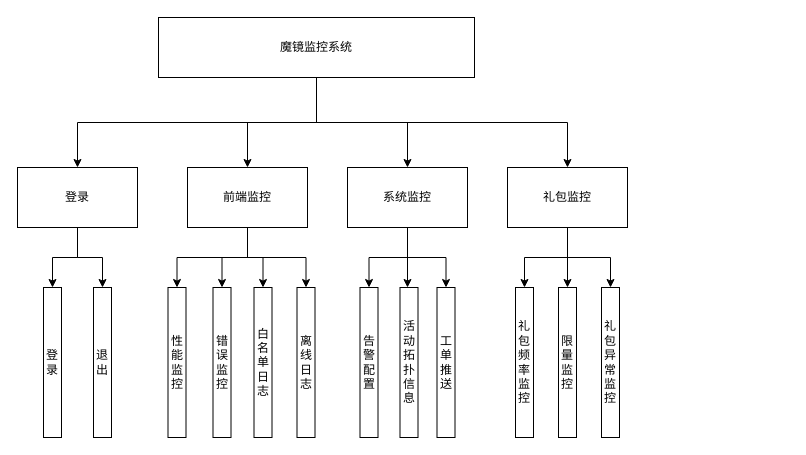
The draw.io diagram 系统架构设计.drawio in FelixTt/repositoryForDraw.io, before the edit. Source tidied: cells renumbered, new cells numbered last; positions are measured from the earlier drawing's top-left corner, leaving out a move shared by most shapes. Both pictures are drawn from the tidied source at 100%, with x=0, y=0 at pixel (17, 17).
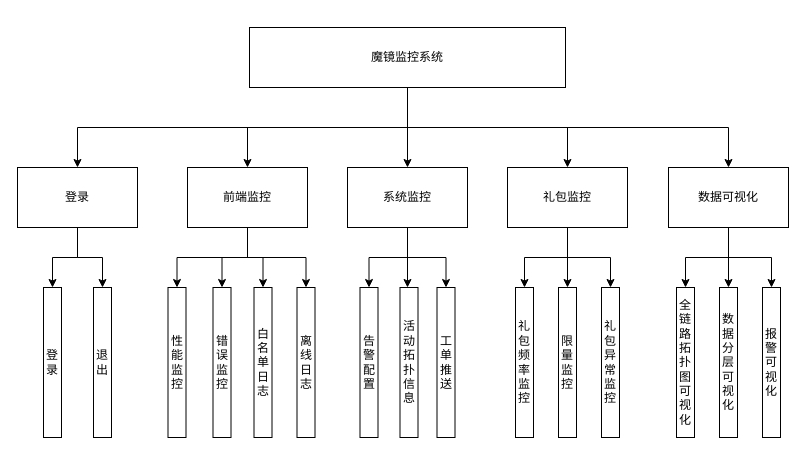
The same page after the edit.

Commit message:
Update 系统架构设计.drawio

The edit, as a diff of the source:
```diff
@@
     <mxCell id="2" value="魔镜监控系统" style="rounded=0;whiteSpace=wrap;html=1;" parent="1" vertex="1">
-      <mxGeometry x="141" width="316" height="60" as="geometry" />
+      <mxGeometry x="232" y="10" width="316" height="60" as="geometry" />
     </mxCell>
@@
+    <mxCell id="35" value="数据可视化" style="rounded=0;whiteSpace=wrap;html=1;" parent="1" vertex="1">
+      <mxGeometry x="651" y="150" width="120" height="60" as="geometry" />
+    </mxCell>
+    <mxCell id="36" style="edgeStyle=elbowEdgeStyle;elbow=vertical;endArrow=classic;html=1;rounded=0;" parent="1" edge="1" source="2" target="35">
+      <mxGeometry relative="1" as="geometry" />
+    </mxCell>
+    <mxCell id="37" value="&lt;div style=&quot;font-size: 12px;&quot;&gt;报警可视化&lt;/div&gt;" style="rounded=0;whiteSpace=wrap;html=1;verticalAlign=middle;horizontal=1;textDirection=rtl;align=center;fontSize=12;labelBackgroundColor=none;labelBorderColor=none;shadow=0;fontFamily=Helvetica;labelPosition=center;verticalLabelPosition=middle;" parent="1" vertex="1">
+      <mxGeometry x="745" y="270" width="18" height="150" as="geometry" />
+    </mxCell>
+    <mxCell id="38" value="&lt;div style=&quot;font-size: 12px;&quot;&gt;全链路拓扑图可视化&lt;br style=&quot;font-size: 12px;&quot;&gt;&lt;/div&gt;" style="rounded=0;whiteSpace=wrap;html=1;verticalAlign=middle;horizontal=1;textDirection=rtl;align=center;fontSize=12;labelBackgroundColor=none;labelBorderColor=none;shadow=0;fontFamily=Helvetica;labelPosition=center;verticalLabelPosition=middle;" parent="1" vertex="1">
+      <mxGeometry x="659" y="270" width="18" height="150" as="geometry" />
+    </mxCell>
+    <mxCell id="39" value="&lt;div style=&quot;font-size: 12px;&quot;&gt;&lt;span style=&quot;font-size: 12px;&quot;&gt;数据分层可视化&lt;/span&gt;&lt;br style=&quot;font-size: 12px;&quot;&gt;&lt;/div&gt;" style="rounded=0;whiteSpace=wrap;html=1;verticalAlign=middle;horizontal=1;textDirection=rtl;align=center;fontSize=12;labelBackgroundColor=none;labelBorderColor=none;shadow=0;fontFamily=Helvetica;labelPosition=center;verticalLabelPosition=middle;" parent="1" vertex="1">
+      <mxGeometry x="702" y="270" width="18" height="150" as="geometry" />
+    </mxCell>
+    <mxCell id="40" style="edgeStyle=elbowEdgeStyle;elbow=vertical;endArrow=classic;html=1;rounded=0;" parent="1" edge="1" source="35" target="38">
+      <mxGeometry relative="1" as="geometry" />
+    </mxCell>
+    <mxCell id="41" style="edgeStyle=elbowEdgeStyle;elbow=vertical;endArrow=classic;html=1;rounded=0;" parent="1" edge="1" source="35" target="39">
+      <mxGeometry relative="1" as="geometry" />
+    </mxCell>
+    <mxCell id="42" style="edgeStyle=elbowEdgeStyle;elbow=vertical;endArrow=classic;html=1;rounded=0;" parent="1" edge="1" source="35" target="37">
+      <mxGeometry relative="1" as="geometry" />
+    </mxCell>
```
